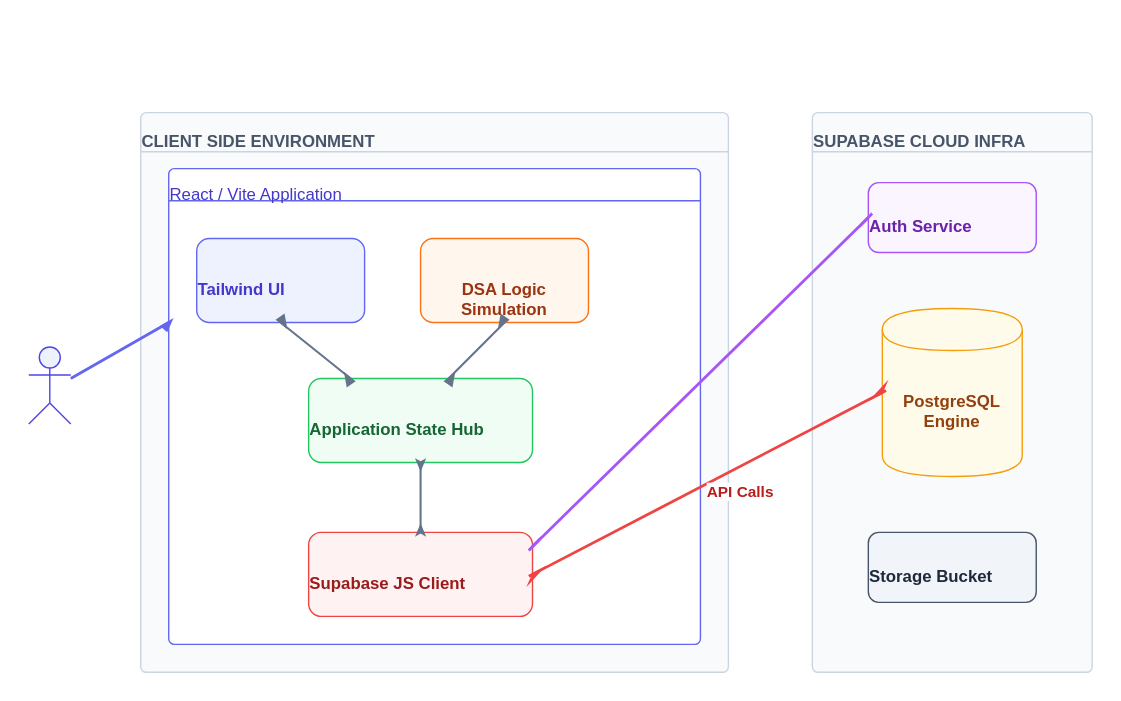
toxicbishop/DSA-Original keeps this draw.io diagram as system_architecture.drawio.svg. Above is the earlier version. Source tidied: cells renumbered, new cells last; positions are measured from the earlier drawing's top-left corner, leaving out a move shared by most shapes.
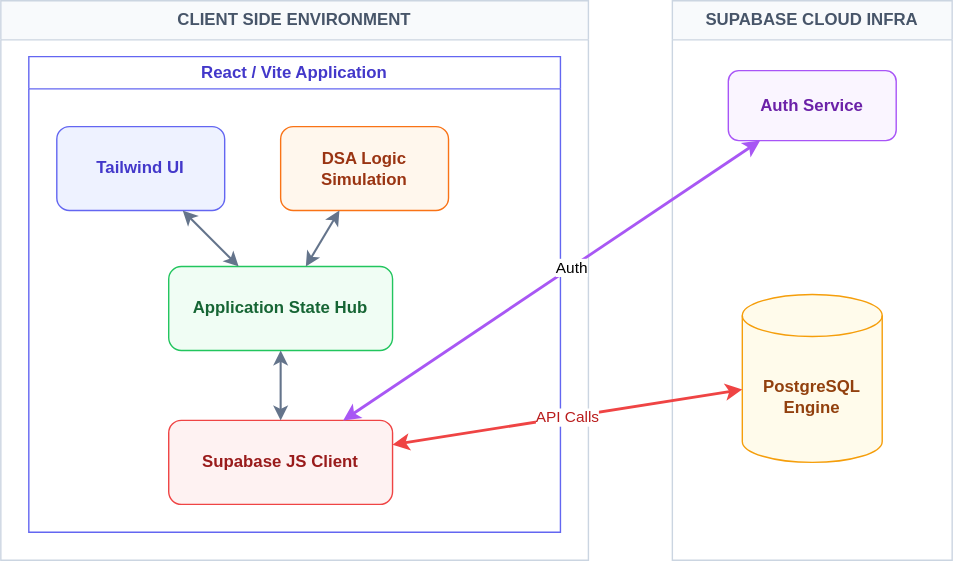
Later version of the same file.

What changed in the source:
```diff
@@ -2,9 +2,9 @@
   <root>
     <mxCell id="0" />
     <mxCell id="1" parent="0" />
-    <mxCell id="2" value="User" style="shape=umlActor;verticalLabelPosition=bottom;verticalAlign=top;html=1;strokeColor=#4F46E5;fillColor=#EEF2FF;" parent="1" vertex="1">
-      <mxGeometry y="160" width="30" height="60" as="geometry" />
-    </mxCell>
+    <mxCell id="19" style="edgeStyle=none;shape=flexArrow;html=1;exitX=1;exitY=0.5;exitDx=0;exitDy=0;fillColor=#60a917;strokeColor=#2D7600;" parent="1" edge="1" source="x" target="x">
+      <mxGeometry relative="1" as="geometry" />
+    </mxCell>
     <mxCell id="3" value="CLIENT SIDE ENVIRONMENT" style="swimlane;whiteSpace=wrap;html=1;startSize=28;fillColor=#F8FAFC;strokeColor=#CBD5E1;fontColor=#475569;fontStyle=1;" parent="1" vertex="1">
       <mxGeometry x="80" width="420" height="400" as="geometry" />
     </mxCell>
@@ -23,6 +23,15 @@
     <mxCell id="8" value="Supabase JS Client" style="rounded=1;whiteSpace=wrap;html=1;fillColor=#FEF2F2;strokeColor=#EF4444;fontColor=#991B1B;fontStyle=1;" parent="4" vertex="1">
       <mxGeometry x="100" y="260" width="160" height="60" as="geometry" />
     </mxCell>
+    <mxCell id="14" style="endArrow=classic;startArrow=classic;html=1;strokeColor=#64748B;strokeWidth=1.5;" parent="4" edge="1" source="5" target="7">
+      <mxGeometry relative="1" as="geometry" />
+    </mxCell>
+    <mxCell id="15" style="endArrow=classic;startArrow=classic;html=1;strokeColor=#64748B;strokeWidth=1.5;" parent="4" edge="1" source="6" target="7">
+      <mxGeometry relative="1" as="geometry" />
+    </mxCell>
+    <mxCell id="16" style="endArrow=classic;startArrow=classic;html=1;strokeColor=#64748B;strokeWidth=1.5;" parent="4" edge="1" source="7" target="8">
+      <mxGeometry relative="1" as="geometry" />
+    </mxCell>
     <mxCell id="9" value="SUPABASE CLOUD INFRA" style="swimlane;whiteSpace=wrap;html=1;startSize=28;fillColor=#F8FAFC;strokeColor=#CBD5E1;fontColor=#475569;fontStyle=1;" parent="1" vertex="1">
       <mxGeometry x="560" width="200" height="400" as="geometry" />
     </mxCell>
@@ -30,30 +39,16 @@
       <mxGeometry x="40" y="50" width="120" height="50" as="geometry" />
     </mxCell>
     <mxCell id="11" value="PostgreSQL Engine" style="shape=cylinder3;whiteSpace=wrap;html=1;boundedLbl=1;backgroundOutline=1;size=15;fillColor=#FFFBEB;strokeColor=#F59E0B;fontColor=#92400E;fontStyle=1;" parent="9" vertex="1">
-      <mxGeometry x="50" y="140" width="100" height="120" as="geometry" />
+      <mxGeometry x="50" y="210" width="100" height="120" as="geometry" />
     </mxCell>
-    <mxCell id="12" value="Storage Bucket" style="rounded=1;whiteSpace=wrap;html=1;fillColor=#F1F5F9;strokeColor=#475569;fontColor=#1E293B;fontStyle=1;" parent="9" vertex="1">
-      <mxGeometry x="40" y="300" width="120" height="50" as="geometry" />
-    </mxCell>
-    <mxCell id="13" style="endArrow=classic;html=1;strokeColor=#6366F1;strokeWidth=2;" parent="1" edge="1" source="2">
-      <mxGeometry relative="1" as="geometry">
-        <mxPoint x="100" y="150" as="targetPoint" />
-      </mxGeometry>
-    </mxCell>
-    <mxCell id="14" style="endArrow=classic;startArrow=classic;html=1;strokeColor=#64748B;strokeWidth=1.5;" parent="4" edge="1" source="5" target="7">
-      <mxGeometry relative="1" as="geometry" />
-    </mxCell>
-    <mxCell id="15" style="endArrow=classic;startArrow=classic;html=1;strokeColor=#64748B;strokeWidth=1.5;" parent="4" edge="1" source="6" target="7">
-      <mxGeometry relative="1" as="geometry" />
-    </mxCell>
-    <mxCell id="16" style="endArrow=classic;startArrow=classic;html=1;strokeColor=#64748B;strokeWidth=1.5;" parent="4" edge="1" source="7" target="8">
-      <mxGeometry relative="1" as="geometry" />
-    </mxCell>
     <mxCell id="17" value="API Calls" style="endArrow=classic;startArrow=classic;html=1;strokeColor=#EF4444;strokeWidth=2;fontColor=#B91C1C;" parent="1" edge="1" source="8" target="11">
       <mxGeometry relative="1" as="geometry" />
     </mxCell>
-    <mxCell id="18" style="endArrow=classic;startArrow=classic;html=1;strokeColor=#A855F7;strokeWidth=2;" parent="1" edge="1" source="8" target="10">
+    <mxCell id="18" style="endArrow=classic;startArrow=classic;html=1;strokeColor=#a857f4;strokeWidth=2;" parent="1" edge="1" source="8" target="10">
       <mxGeometry relative="1" as="geometry" />
     </mxCell>
+    <mxCell id="20" value="Auth" style="edgeLabel;html=1;align=center;verticalAlign=middle;" parent="18" vertex="1">
+      <mxGeometry x="0.09" relative="1" as="geometry" />
+    </mxCell>
   </root>
 </mxGraphModel>
```
